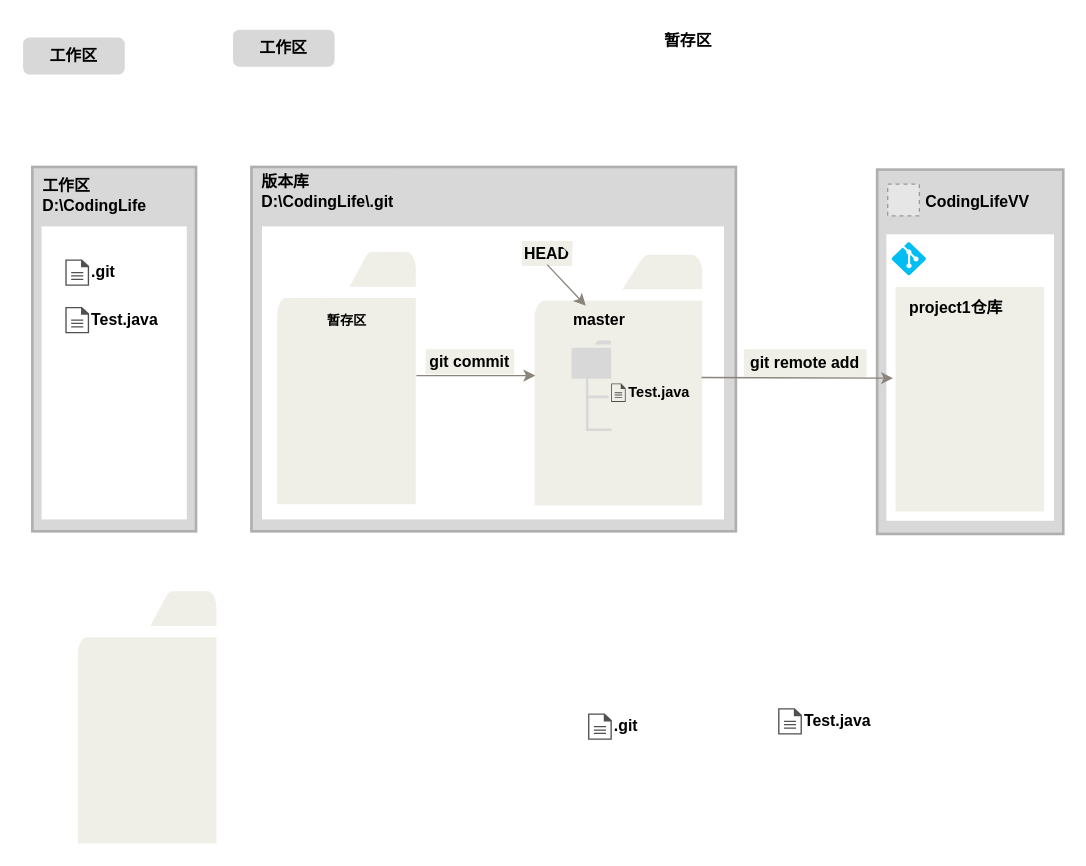
The draw.io diagram Untitled Diagram.drawio in CodingLifeV/images, before the edit. Source tidied: cells renumbered, new cells numbered last; positions are measured from the earlier drawing's top-left corner, leaving out a move shared by most shapes. Both pictures are drawn from the tidied source at 132%, with x=0, y=0 at pixel (24, 24). Pictures stored in the file or linked from it are replaced by grey dashed boxes.
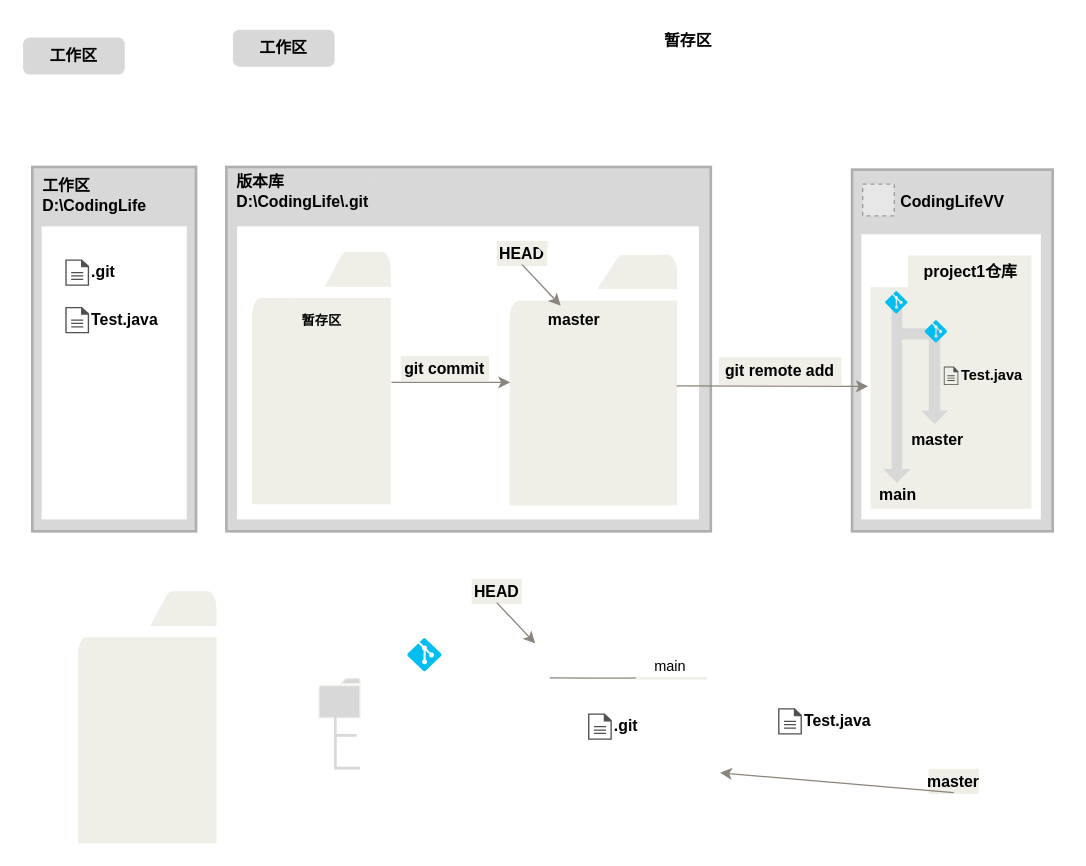
Above is the later version.

Change to the diagram source:
```diff
@@
     <mxCell id="7" style="rounded=0;whiteSpace=wrap;html=1;shadow=0;glass=0;sketch=0;fontFamily=Helvetica;fontSize=12;fontColor=default;strokeColor=#afafaf;strokeWidth=2;fillColor=#d8d8d8;gradientColor=none;gradientDirection=north;" parent="1" vertex="1">
-      <mxGeometry x="172" y="108" width="367" height="276" as="geometry" />
+      <mxGeometry x="153" y="108" width="367" height="276" as="geometry" />
     </mxCell>
     <mxCell id="8" value="&lt;font color=&quot;#000000&quot;&gt;&lt;b&gt;版本库D:\CodingLife\.git&lt;/b&gt;&lt;/font&gt;" style="rounded=1;whiteSpace=wrap;html=1;shadow=0;glass=0;sketch=0;fontFamily=Helvetica;fontSize=12;fontColor=#99FF99;strokeColor=#d8d8d8;strokeWidth=2;fillColor=#d8d8d8;gradientColor=none;gradientDirection=north;align=left;" parent="1" vertex="1">
-      <mxGeometry x="178" y="114" width="106" height="26" as="geometry" />
+      <mxGeometry x="159" y="114" width="106" height="26" as="geometry" />
     </mxCell>
@@
     <mxCell id="12" style="rounded=0;whiteSpace=wrap;html=1;shadow=0;glass=0;sketch=0;fontFamily=Helvetica;fontSize=12;fontColor=default;strokeColor=#FFFFFF;strokeWidth=2;fillColor=#FFFFFF;gradientColor=none;gradientDirection=north;" parent="1" vertex="1">
-      <mxGeometry x="181" y="154" width="348" height="220" as="geometry" />
+      <mxGeometry x="162" y="154" width="348" height="220" as="geometry" />
     </mxCell>
     <mxCell id="13" style="sketch=0;shadow=0;dashed=0;html=1;strokeColor=#efefe7;labelPosition=right;verticalLabelPosition=middle;verticalAlign=middle;align=left;shape=mxgraph.office.concepts.folder;fillColor=#efefe7;rounded=0;glass=0;fontFamily=Helvetica;fontSize=12;fontColor=#000000;" parent="1" vertex="1">
-      <mxGeometry x="192" y="173" width="104" height="190" as="geometry" />
+      <mxGeometry x="173" y="173" width="104" height="190" as="geometry" />
     </mxCell>
     <mxCell id="14" style="sketch=0;shadow=0;dashed=0;html=1;strokeColor=#efefe7;labelPosition=center;verticalLabelPosition=bottom;verticalAlign=top;outlineConnect=0;align=center;shape=mxgraph.office.concepts.folder;fillColor=#efefe7;rounded=0;glass=0;fontFamily=Helvetica;fontSize=12;fontColor=#000000;" parent="1" vertex="1">
-      <mxGeometry x="387" y="175" width="126" height="189" as="geometry" />
+      <mxGeometry x="368" y="175" width="126" height="189" as="geometry" />
     </mxCell>
     <mxCell id="15" value="&lt;font color=&quot;#000000&quot;&gt;&lt;b&gt;master&lt;/b&gt;&lt;/font&gt;" style="rounded=1;whiteSpace=wrap;html=1;shadow=0;glass=0;sketch=0;fontFamily=Helvetica;fontSize=12;fontColor=#99FF99;strokeColor=#efefe7;strokeWidth=2;fillColor=#efefe7;gradientColor=none;gradientDirection=north;align=left;arcSize=50;" parent="1" vertex="1">
-      <mxGeometry x="414" y="213" width="45" height="21" as="geometry" />
+      <mxGeometry x="395" y="213" width="45" height="21" as="geometry" />
     </mxCell>
     <mxCell id="16" value="&lt;font color=&quot;#000000&quot; size=&quot;1&quot;&gt;&lt;b style=&quot;font-size: 10px&quot;&gt;暂存区&lt;/b&gt;&lt;/font&gt;" style="rounded=1;whiteSpace=wrap;html=1;shadow=0;glass=0;sketch=0;fontFamily=Helvetica;fontSize=12;fontColor=#99FF99;strokeColor=#efefe7;strokeWidth=2;fillColor=#efefe7;gradientColor=none;gradientDirection=north;align=center;arcSize=50;" parent="1" vertex="1">
-      <mxGeometry x="215.8" y="210.5" width="56.5" height="27" as="geometry" />
+      <mxGeometry x="196.8" y="210.5" width="56.5" height="27" as="geometry" />
     </mxCell>
     <mxCell id="17" value="&lt;font color=&quot;#000000&quot;&gt;&lt;b&gt;HEAD&lt;/b&gt;&lt;/font&gt;" style="rounded=1;whiteSpace=wrap;html=1;shadow=0;glass=0;sketch=0;fontFamily=Helvetica;fontSize=12;fontColor=#99FF99;strokeColor=#efefe7;strokeWidth=2;fillColor=#efefe7;gradientColor=none;gradientDirection=north;align=center;arcSize=0;" parent="1" vertex="1">
-      <mxGeometry x="378" y="165" width="36" height="17" as="geometry" />
+      <mxGeometry x="359" y="165" width="36" height="17" as="geometry" />
     </mxCell>
@@
     <mxCell id="20" style="endArrow=classic;html=1;rounded=0;fontFamily=Helvetica;fontSize=25;fontColor=#000000;strokeColor=#8b847c;fillColor=#8b847c;fontStyle=0;horizontal=0;spacing=1;align=right;" parent="1" edge="1">
       <mxGeometry relative="1" as="geometry">
-        <mxPoint x="297" y="266" as="sourcePoint" />
-        <mxPoint x="387" y="266" as="targetPoint" />
+        <mxPoint x="278" y="271.2" as="sourcePoint" />
+        <mxPoint x="368" y="271.2" as="targetPoint" />
       </mxGeometry>
     </mxCell>
     <mxCell id="21" value="&lt;font color=&quot;#000000&quot;&gt;&lt;b&gt;git commit&lt;/b&gt;&lt;/font&gt;" style="rounded=1;whiteSpace=wrap;html=1;shadow=0;glass=0;sketch=0;fontFamily=Helvetica;fontSize=12;fontColor=#99FF99;strokeColor=#efefe7;strokeWidth=2;fillColor=#efefe7;gradientColor=none;gradientDirection=north;align=center;arcSize=0;" parent="1" vertex="1">
-      <mxGeometry x="305" y="247" width="65" height="17" as="geometry" />
+      <mxGeometry x="286" y="252.2" width="65" height="17" as="geometry" />
     </mxCell>
-    <mxCell id="22" value="&lt;b&gt;&lt;font style=&quot;font-size: 11px&quot;&gt;Test.java&lt;/font&gt;&lt;br&gt;&lt;/b&gt;" style="sketch=0;shadow=0;dashed=0;html=1;strokeColor=none;fillColor=#505050;labelPosition=right;verticalLabelPosition=middle;verticalAlign=middle;align=left;shape=mxgraph.office.concepts.document;rounded=0;glass=0;fontFamily=Helvetica;fontSize=12;fontColor=#000000;horizontal=1;" parent="1" vertex="1">
-      <mxGeometry x="444.5" y="272" width="11" height="14" as="geometry" />
-    </mxCell>
@@
-    <mxCell id="24" style="sketch=0;shadow=0;dashed=0;html=1;strokeColor=#efefe7;labelPosition=center;verticalLabelPosition=bottom;verticalAlign=top;align=center;shape=mxgraph.office.concepts.folder;fillColor=#d8d8d8;rounded=0;glass=0;fontFamily=Helvetica;fontSize=12;fontColor=#000000;" parent="1" vertex="1">
-      <mxGeometry x="414" y="239" width="31" height="30" as="geometry" />
-    </mxCell>
-    <mxCell id="25" style="shape=partialRectangle;whiteSpace=wrap;html=1;bottom=0;right=0;fillColor=none;rounded=0;shadow=0;glass=0;sketch=0;fontFamily=Helvetica;fontSize=11;fontColor=#000000;strokeColor=#d8d8d8;strokeWidth=2;rotation=-90;" parent="1" vertex="1">
-      <mxGeometry x="422.9" y="263.6" width="22" height="15.2" as="geometry" />
-    </mxCell>
-    <mxCell id="26" style="shape=partialRectangle;whiteSpace=wrap;html=1;bottom=0;right=0;fillColor=none;rounded=0;shadow=0;glass=0;sketch=0;fontFamily=Helvetica;fontSize=11;fontColor=#000000;strokeColor=#d8d8d8;strokeWidth=2;rotation=-90;" parent="1" vertex="1">
-      <mxGeometry x="423.6" y="286.8" width="23.1" height="17.5" as="geometry" />
-    </mxCell>
     <mxCell id="27" style="rounded=0;whiteSpace=wrap;html=1;shadow=0;glass=0;sketch=0;fontFamily=Helvetica;fontSize=12;fontColor=default;strokeColor=#afafaf;strokeWidth=2;fillColor=#d8d8d8;gradientColor=none;gradientDirection=north;" parent="1" vertex="1">
-      <mxGeometry x="646" y="110" width="141" height="276" as="geometry" />
+      <mxGeometry x="627" y="110" width="152" height="274" as="geometry" />
     </mxCell>
     <mxCell id="28" style="rounded=0;whiteSpace=wrap;html=1;shadow=0;glass=0;sketch=0;fontFamily=Helvetica;fontSize=12;fontColor=default;strokeColor=#FFFFFF;strokeWidth=2;fillColor=#FFFFFF;gradientColor=none;gradientDirection=north;" parent="1" vertex="1">
-      <mxGeometry x="654" y="160" width="125" height="215" as="geometry" />
+      <mxGeometry x="635" y="160" width="134" height="214" as="geometry" />
     </mxCell>
     <mxCell id="29" value="&lt;font color=&quot;#000000&quot;&gt;&lt;b&gt;CodingLifeVV&lt;br&gt;&lt;/b&gt;&lt;/font&gt;" style="rounded=1;whiteSpace=wrap;html=1;shadow=0;glass=0;sketch=0;fontFamily=Helvetica;fontSize=12;fontColor=#99FF99;strokeColor=#d8d8d8;strokeWidth=2;fillColor=#d8d8d8;gradientColor=none;gradientDirection=north;align=left;" parent="1" vertex="1">
-      <mxGeometry x="681" y="119" width="82" height="31" as="geometry" />
+      <mxGeometry x="662" y="119" width="82" height="31" as="geometry" />
     </mxCell>
@@
     <mxCell id="32" style="endArrow=classic;html=1;rounded=0;fontFamily=Helvetica;fontSize=25;fontColor=#000000;strokeColor=#8b847c;fillColor=#8b847c;fontStyle=0;horizontal=0;spacing=1;align=right;" parent="1" edge="1">
       <mxGeometry relative="1" as="geometry">
-        <mxPoint x="513" y="267.5" as="sourcePoint" />
-        <mxPoint x="658" y="268" as="targetPoint" />
+        <mxPoint x="494" y="273.8" as="sourcePoint" />
+        <mxPoint x="639" y="274.2" as="targetPoint" />
       </mxGeometry>
     </mxCell>
     <mxCell id="33" value="&lt;font color=&quot;#000000&quot;&gt;&lt;b&gt;git remote&amp;nbsp;add&lt;/b&gt;&lt;/font&gt;" style="rounded=1;whiteSpace=wrap;html=1;shadow=0;glass=0;sketch=0;fontFamily=Helvetica;fontSize=12;fontColor=#99FF99;strokeColor=#efefe7;strokeWidth=2;fillColor=#efefe7;gradientColor=none;gradientDirection=north;align=center;arcSize=0;" parent="1" vertex="1">
-      <mxGeometry x="546" y="247" width="91" height="19" as="geometry" />
+      <mxGeometry x="527" y="253.2" width="91" height="19" as="geometry" />
     </mxCell>
     <mxCell id="34" style="fillColor=#E6E6E6;strokeColor=#999999;dashed=1;html=1;verticalAlign=top;verticalLabelPosition=bottom;labelBackgroundColor=#ffffff;fontFamily=Helvetica;fontSize=11;fontColor=#000000;" parent="1" vertex="1">
-      <mxGeometry x="654" y="121" width="24" height="24" as="geometry" />
+      <mxGeometry x="635" y="121" width="24" height="24" as="geometry" />
     </mxCell>
-    <mxCell id="35" style="verticalLabelPosition=bottom;html=1;verticalAlign=top;align=center;strokeColor=none;fillColor=#00BEF2;shape=mxgraph.azure.git_repository;rounded=0;shadow=0;glass=0;sketch=0;fontFamily=Helvetica;fontSize=11;fontColor=#000000;" parent="1" vertex="1">
-      <mxGeometry x="657" y="165" width="26" height="25" as="geometry" />
-    </mxCell>
     <mxCell id="36" style="rounded=0;whiteSpace=wrap;html=1;shadow=0;glass=0;sketch=0;fontFamily=Helvetica;fontSize=11;fontColor=#000000;strokeColor=#efefe7;strokeWidth=2;fillColor=#efefe7;gradientColor=none;gradientDirection=north;" parent="1" vertex="1">
-      <mxGeometry x="661" y="200" width="110.5" height="168" as="geometry" />
+      <mxGeometry x="642" y="200" width="120" height="166" as="geometry" />
     </mxCell>
     <mxCell id="37" value="&lt;font color=&quot;#000000&quot;&gt;&lt;b&gt;project1仓库&lt;/b&gt;&lt;/font&gt;" style="rounded=1;whiteSpace=wrap;html=1;shadow=0;glass=0;sketch=0;fontFamily=Helvetica;fontSize=12;fontColor=#99FF99;strokeColor=#efefe7;strokeWidth=2;fillColor=#efefe7;gradientColor=none;gradientDirection=north;align=center;arcSize=0;" parent="1" vertex="1">
-      <mxGeometry x="665" y="203" width="82" height="24" as="geometry" />
+      <mxGeometry x="670.5" y="176" width="91.5" height="24" as="geometry" />
     </mxCell>
+    <mxCell id="22" value="&lt;b&gt;&lt;font style=&quot;font-size: 11px&quot;&gt;Test.java&lt;/font&gt;&lt;br&gt;&lt;/b&gt;" style="sketch=0;shadow=0;dashed=0;html=1;strokeColor=none;fillColor=#505050;labelPosition=right;verticalLabelPosition=middle;verticalAlign=middle;align=left;shape=mxgraph.office.concepts.document;rounded=0;glass=0;fontFamily=Helvetica;fontSize=12;fontColor=#000000;horizontal=1;" parent="1" vertex="1">
+      <mxGeometry x="696.5" y="259.2" width="11" height="14" as="geometry" />
+    </mxCell>
+    <mxCell id="24" style="sketch=0;shadow=0;dashed=0;html=1;strokeColor=#efefe7;labelPosition=center;verticalLabelPosition=bottom;verticalAlign=top;align=center;shape=mxgraph.office.concepts.folder;fillColor=#d8d8d8;rounded=0;glass=0;fontFamily=Helvetica;fontSize=12;fontColor=#000000;" parent="1" vertex="1">
+      <mxGeometry x="223.2" y="495.4" width="31" height="30" as="geometry" />
+    </mxCell>
+    <mxCell id="25" style="shape=partialRectangle;whiteSpace=wrap;html=1;bottom=0;right=0;fillColor=none;rounded=0;shadow=0;glass=0;sketch=0;fontFamily=Helvetica;fontSize=11;fontColor=#000000;strokeColor=#d8d8d8;strokeWidth=2;rotation=-90;" parent="1" vertex="1">
+      <mxGeometry x="232.1" y="520" width="22" height="15.2" as="geometry" />
+    </mxCell>
+    <mxCell id="26" style="shape=partialRectangle;whiteSpace=wrap;html=1;bottom=0;right=0;fillColor=none;rounded=0;shadow=0;glass=0;sketch=0;fontFamily=Helvetica;fontSize=11;fontColor=#000000;strokeColor=#d8d8d8;strokeWidth=2;rotation=-90;" parent="1" vertex="1">
+      <mxGeometry x="232.8" y="543.1" width="23.1" height="17.5" as="geometry" />
+    </mxCell>
+    <mxCell id="38" value="&lt;font color=&quot;#000000&quot;&gt;&lt;b&gt;HEAD&lt;/b&gt;&lt;/font&gt;" style="rounded=1;whiteSpace=wrap;html=1;shadow=0;glass=0;sketch=0;fontFamily=Helvetica;fontSize=12;fontColor=#99FF99;strokeColor=#efefe7;strokeWidth=2;fillColor=#efefe7;gradientColor=none;gradientDirection=north;align=center;arcSize=0;" parent="1" vertex="1">
+      <mxGeometry x="339.8" y="421" width="36" height="17" as="geometry" />
+    </mxCell>
+    <mxCell id="39" style="endArrow=classic;html=1;rounded=0;fontFamily=Helvetica;fontSize=25;fontColor=#000000;strokeColor=#8b847c;fillColor=#8b847c;fontStyle=0;exitX=0.5;exitY=1;exitDx=0;exitDy=0;exitPerimeter=0;entryX=0.25;entryY=0;entryDx=0;entryDy=0;horizontal=0;spacing=1;align=right;" parent="1" edge="1" source="38">
+      <mxGeometry relative="1" as="geometry">
+        <mxPoint x="387" y="469" as="targetPoint" />
+      </mxGeometry>
+    </mxCell>
+    <mxCell id="40" value="&lt;font color=&quot;#000000&quot;&gt;&lt;b&gt;master&lt;/b&gt;&lt;/font&gt;" style="rounded=1;whiteSpace=wrap;html=1;shadow=0;glass=0;sketch=0;fontFamily=Helvetica;fontSize=12;fontColor=#99FF99;strokeColor=#efefe7;strokeWidth=2;fillColor=#efefe7;gradientColor=none;gradientDirection=north;align=center;arcSize=0;" parent="1" vertex="1">
+      <mxGeometry x="686" y="565" width="36" height="17" as="geometry" />
+    </mxCell>
+    <mxCell id="41" style="endArrow=classic;html=1;rounded=0;fontFamily=Helvetica;fontSize=25;fontColor=#000000;strokeColor=#8b847c;fillColor=#8b847c;fontStyle=0;exitX=0.5;exitY=1;exitDx=0;exitDy=0;exitPerimeter=0;horizontal=0;spacing=1;align=right;" parent="1" edge="1" source="40">
+      <mxGeometry relative="1" as="geometry">
+        <mxPoint x="527" y="567" as="targetPoint" />
+      </mxGeometry>
+    </mxCell>
+    <mxCell id="42" style="verticalLabelPosition=bottom;html=1;verticalAlign=top;align=center;strokeColor=none;fillColor=#00BEF2;shape=mxgraph.azure.git_repository;rounded=0;shadow=0;glass=0;sketch=0;fontFamily=Helvetica;fontSize=11;fontColor=#000000;" parent="1" vertex="1">
+      <mxGeometry x="290" y="465" width="26" height="25" as="geometry" />
+    </mxCell>
+    <mxCell id="43" value="main" style="whiteSpace=wrap;html=1;shape=partialRectangle;top=0;left=0;bottom=1;right=0;points=[[0,1],[1,1]];fillColor=none;align=center;verticalAlign=bottom;routingCenterY=0.5;snapToPoint=1;newEdgeStyle={&quot;edgeStyle&quot;:&quot;entityRelationEdgeStyle&quot;,&quot;startArrow&quot;:&quot;none&quot;,&quot;endArrow&quot;:&quot;none&quot;,&quot;segment&quot;:10,&quot;curved&quot;:1};rounded=0;shadow=0;glass=0;sketch=0;fontFamily=Helvetica;fontSize=11;fontColor=#000000;strokeColor=#efefe7;strokeWidth=2;" parent="1" vertex="1" collapsed="1">
+      <mxGeometry x="463" y="466.4" width="53" height="29" as="geometry" />
+    </mxCell>
+    <mxCell id="44" style="edgeStyle=entityRelationEdgeStyle;startArrow=none;endArrow=none;segment=10;curved=1;rounded=0;fontFamily=Helvetica;fontSize=11;fontColor=#000000;strokeColor=#8b847c;fillColor=#8b847c;" parent="1" edge="1" target="43">
+      <mxGeometry relative="1" as="geometry">
+        <mxPoint x="398" y="495" as="sourcePoint" />
+      </mxGeometry>
+    </mxCell>
+    <mxCell id="45" style="html=1;shadow=0;dashed=0;align=center;verticalAlign=middle;shape=mxgraph.arrows2.arrow;dy=0.63;dx=8.29;direction=south;notch=0;rounded=0;glass=0;sketch=0;fontFamily=Helvetica;fontSize=11;fontColor=#000000;strokeColor=#d8d8d8;strokeWidth=2;fillColor=#d8d8d8;gradientColor=none;gradientDirection=north;" parent="1" vertex="1">
+      <mxGeometry x="653" y="212" width="16" height="134" as="geometry" />
+    </mxCell>
+    <mxCell id="46" value="&lt;font color=&quot;#000000&quot;&gt;&lt;b&gt;main&lt;/b&gt;&lt;/font&gt;" style="rounded=1;whiteSpace=wrap;html=1;shadow=0;glass=0;sketch=0;fontFamily=Helvetica;fontSize=12;fontColor=#99FF99;strokeColor=#efefe7;strokeWidth=2;fillColor=#efefe7;gradientColor=none;gradientDirection=north;align=center;arcSize=50;" parent="1" vertex="1">
+      <mxGeometry x="644" y="349" width="36" height="15" as="geometry" />
+    </mxCell>
+    <mxCell id="47" style="verticalLabelPosition=bottom;html=1;verticalAlign=top;align=center;strokeColor=none;fillColor=#00BEF2;shape=mxgraph.azure.git_repository;rounded=0;shadow=0;glass=0;sketch=0;fontFamily=Helvetica;fontSize=11;fontColor=#000000;" parent="1" vertex="1">
+      <mxGeometry x="652" y="202" width="17" height="17" as="geometry" />
+    </mxCell>
+    <mxCell id="48" style="html=1;shadow=0;dashed=0;align=center;verticalAlign=middle;shape=mxgraph.arrows2.bendArrow;dy=3.32;dx=7.86;notch=0;arrowHead=15.64;rounded=0;glass=0;sketch=0;fontFamily=Helvetica;fontSize=11;fontColor=#000000;strokeColor=#d8d8d8;strokeWidth=2;fillColor=#d8d8d8;gradientColor=none;gradientDirection=north;rotation=90;" parent="1" vertex="1">
+      <mxGeometry x="644.2" y="248.2" width="70.2" height="36" as="geometry" />
+    </mxCell>
+    <mxCell id="49" value="&lt;font color=&quot;#000000&quot;&gt;&lt;b&gt;master&lt;/b&gt;&lt;/font&gt;" style="rounded=1;whiteSpace=wrap;html=1;shadow=0;glass=0;sketch=0;fontFamily=Helvetica;fontSize=12;fontColor=#99FF99;strokeColor=#efefe7;strokeWidth=2;fillColor=#efefe7;gradientColor=none;gradientDirection=north;align=center;arcSize=0;" parent="1" vertex="1">
+      <mxGeometry x="669" y="306" width="45.5" height="17" as="geometry" />
+    </mxCell>
+    <mxCell id="50" style="verticalLabelPosition=bottom;html=1;verticalAlign=top;align=center;strokeColor=none;fillColor=#00BEF2;shape=mxgraph.azure.git_repository;rounded=0;shadow=0;glass=0;sketch=0;fontFamily=Helvetica;fontSize=11;fontColor=#000000;" parent="1" vertex="1">
+      <mxGeometry x="682" y="224" width="17" height="17" as="geometry" />
+    </mxCell>
```
